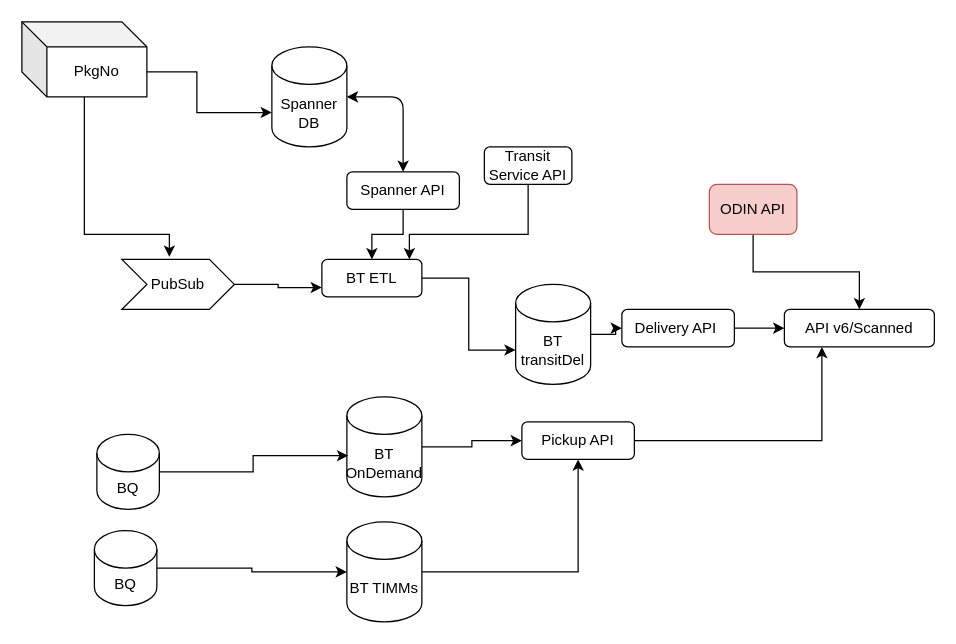
This is Untitled Diagram.drawio from sachinborse/flow-diagrams, a draw.io file, before an edit. Source tidied: cells renumbered, new cells numbered last; positions are measured from the earlier drawing's top-left corner, leaving out a move shared by most shapes. Both pictures are drawn from the tidied source at 125%, with x=0, y=0 at pixel (21, 21).
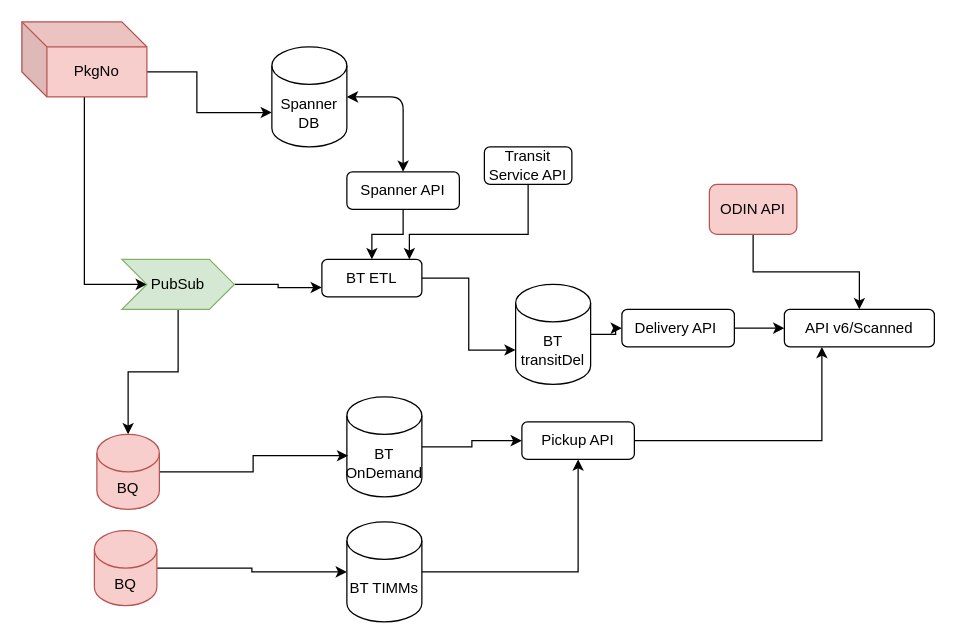
Above is the later version.

Diff of the diagram source:
```diff
@@
-    <mxCell id="3" style="edgeStyle=orthogonalEdgeStyle;rounded=0;jettySize=auto;html=1;entryX=0.422;entryY=-0.05;entryDx=0;entryDy=0;entryPerimeter=0;" parent="1" edge="1" source="4" target="7">
+    <mxCell id="3" style="edgeStyle=orthogonalEdgeStyle;rounded=0;jettySize=auto;html=1;entryX=0;entryY=0.5;entryDx=0;entryDy=0;" parent="1" edge="1" source="4" target="7">
       <mxGeometry relative="1" as="geometry">
         <Array as="points">
-          <mxPoint x="50" y="170" />
-          <mxPoint x="118" y="170" />
+          <mxPoint x="50" y="210" />
         </Array>
       </mxGeometry>
     </mxCell>
-    <mxCell id="4" value="PkgNo" style="shape=cube;whiteSpace=wrap;html=1;boundedLbl=1;backgroundOutline=1;darkOpacity=0.05;darkOpacity2=0.1;" parent="1" vertex="1">
+    <mxCell id="4" value="PkgNo" style="shape=cube;whiteSpace=wrap;html=1;boundedLbl=1;backgroundOutline=1;darkOpacity=0.05;darkOpacity2=0.1;fillColor=#f8cecc;strokeColor=#b85450;" parent="1" vertex="1">
       <mxGeometry width="100" height="60" as="geometry" />
     </mxCell>
@@
+    <mxCell id="32" style="edgeStyle=orthogonalEdgeStyle;rounded=0;jettySize=auto;html=1;" parent="1" edge="1" source="7" target="29">
+      <mxGeometry relative="1" as="geometry" />
+    </mxCell>
-    <mxCell id="7" value="PubSub" style="shape=step;perimeter=stepPerimeter;whiteSpace=wrap;html=1;fixedSize=1;" parent="1" vertex="1">
+    <mxCell id="7" value="PubSub" style="shape=step;perimeter=stepPerimeter;whiteSpace=wrap;html=1;fixedSize=1;fillColor=#d5e8d4;strokeColor=#82b366;" parent="1" vertex="1">
       <mxGeometry x="80" y="190" width="90" height="40" as="geometry" />
     </mxCell>
@@
-    <mxCell id="29" value="BQ" style="shape=cylinder3;whiteSpace=wrap;html=1;boundedLbl=1;backgroundOutline=1;size=15;" parent="1" vertex="1">
+    <mxCell id="29" value="BQ" style="shape=cylinder3;whiteSpace=wrap;html=1;boundedLbl=1;backgroundOutline=1;size=15;fillColor=#f8cecc;strokeColor=#b85450;" parent="1" vertex="1">
       <mxGeometry x="60" y="330" width="50" height="60" as="geometry" />
     </mxCell>
@@
-    <mxCell id="31" value="BQ" style="shape=cylinder3;whiteSpace=wrap;html=1;boundedLbl=1;backgroundOutline=1;size=15;" parent="1" vertex="1">
+    <mxCell id="31" value="BQ" style="shape=cylinder3;whiteSpace=wrap;html=1;boundedLbl=1;backgroundOutline=1;size=15;fillColor=#f8cecc;strokeColor=#b85450;" parent="1" vertex="1">
       <mxGeometry x="58" y="407" width="50" height="60" as="geometry" />
     </mxCell>
```
